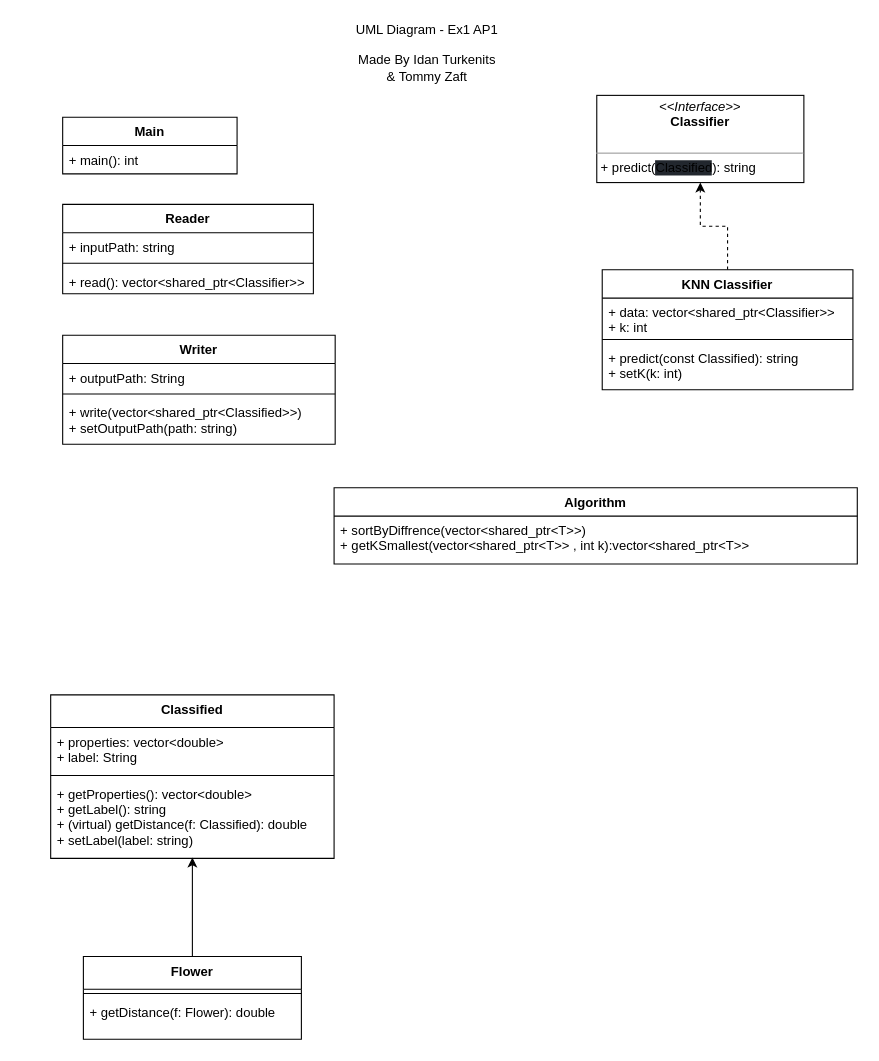
Before: uml.drawio in Tom-stack3/AP1-ex3, a draw.io diagram. Source tidied: cells renumbered, new cells numbered last; positions are measured from the earlier drawing's top-left corner, leaving out a move shared by most shapes. Both pictures are drawn from the tidied source at 109%, with x=0, y=0 at pixel (50, 19).
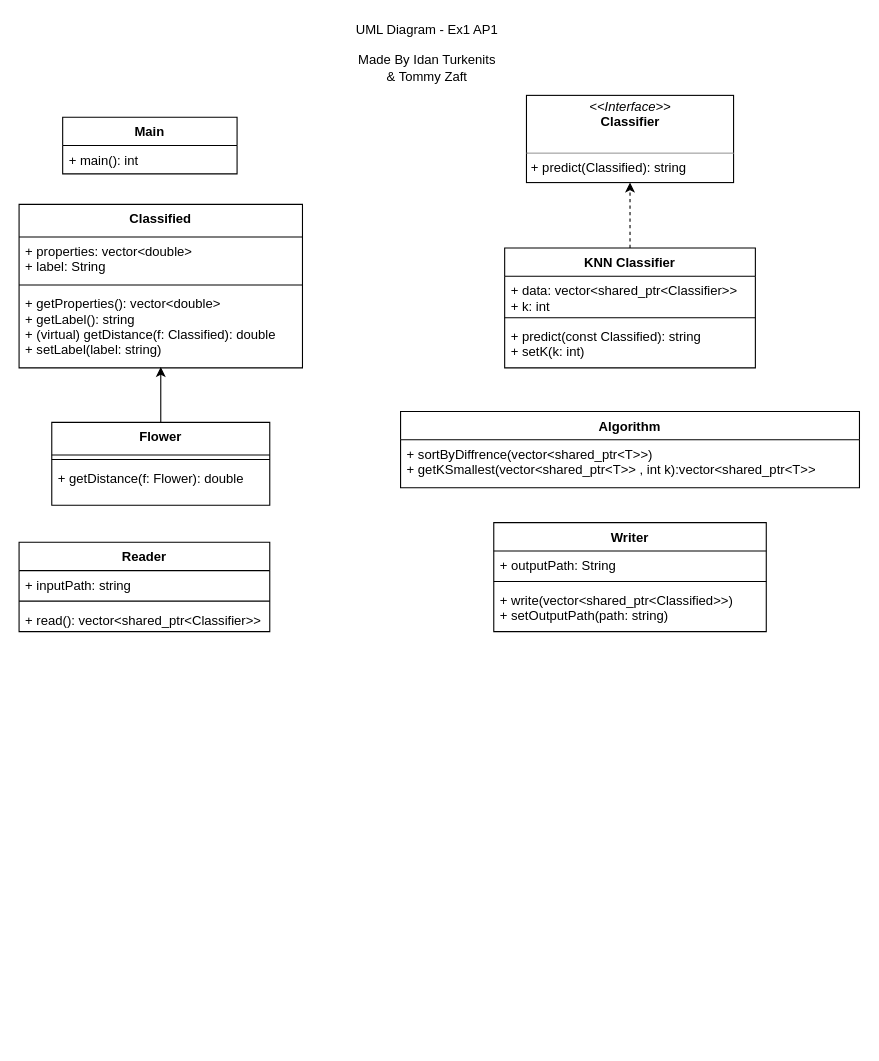
The same page after the edit.

Commit message:
changed design of UML

The edit, as a diff of the source:
```diff
@@
     <mxCell id="2" value="Reader" style="swimlane;fontStyle=1;align=center;verticalAlign=top;horizontal=1;startSize=26;" parent="1" vertex="1">
-      <mxGeometry x="11" y="170" width="230" height="82" as="geometry" />
+      <mxGeometry x="-29" y="480" width="230" height="82" as="geometry" />
     </mxCell>
@@
     <mxCell id="8" value="Flower" style="swimlane;fontStyle=1;align=center;verticalAlign=top;horizontal=1;startSize=30;" parent="1" vertex="1">
-      <mxGeometry x="30" y="860" width="200" height="76" as="geometry" />
+      <mxGeometry x="1" y="370" width="200" height="76" as="geometry" />
     </mxCell>
@@
     <mxCell id="11" value="Writer" style="swimlane;fontStyle=1;align=center;verticalAlign=top;horizontal=1;startSize=26;" parent="1" vertex="1">
-      <mxGeometry x="11" y="290" width="250" height="100" as="geometry" />
+      <mxGeometry x="406.5" y="462" width="250" height="100" as="geometry" />
     </mxCell>
@@
-    <mxCell id="15" value="&lt;p style=&quot;margin: 0px ; margin-top: 4px ; text-align: center&quot;&gt;&lt;i&gt;&amp;lt;&amp;lt;Interface&amp;gt;&amp;gt;&lt;/i&gt;&lt;br&gt;&lt;b&gt;Classifier&lt;/b&gt;&lt;/p&gt;&lt;p style=&quot;margin: 0px ; margin-left: 4px&quot;&gt;&lt;br&gt;&lt;/p&gt;&lt;hr size=&quot;1&quot;&gt;&lt;p style=&quot;margin: 0px ; margin-left: 4px&quot;&gt;+ predict(&lt;span class=&quot;pl-k&quot; style=&quot;box-sizing: border-box ; font-family: , , &amp;#34;sf mono&amp;#34; , &amp;#34;menlo&amp;#34; , &amp;#34;consolas&amp;#34; , &amp;#34;liberation mono&amp;#34; , monospace ; background-color: rgb(34 , 39 , 46)&quot;&gt;Classified&lt;/span&gt;): string&lt;br&gt;&lt;br&gt;&lt;/p&gt;" style="verticalAlign=top;align=left;overflow=fill;fontSize=12;fontFamily=Helvetica;html=1;" parent="1" vertex="1">
-      <mxGeometry x="501" y="70" width="190" height="80" as="geometry" />
+    <mxCell id="15" value="&lt;p style=&quot;margin: 0px ; margin-top: 4px ; text-align: center&quot;&gt;&lt;i&gt;&amp;lt;&amp;lt;Interface&amp;gt;&amp;gt;&lt;/i&gt;&lt;br&gt;&lt;b&gt;Classifier&lt;/b&gt;&lt;/p&gt;&lt;p style=&quot;margin: 0px ; margin-left: 4px&quot;&gt;&lt;br&gt;&lt;/p&gt;&lt;hr size=&quot;1&quot;&gt;&lt;p style=&quot;margin: 0px ; margin-left: 4px&quot;&gt;+ predict(Classified): string&lt;br&gt;&lt;br&gt;&lt;/p&gt;" style="verticalAlign=top;align=left;overflow=fill;fontSize=12;fontFamily=Helvetica;html=1;" parent="1" vertex="1">
+      <mxGeometry x="436.5" y="70" width="190" height="80" as="geometry" />
     </mxCell>
@@
     <mxCell id="20" value="Algorithm" style="swimlane;fontStyle=1;align=center;verticalAlign=top;horizontal=1;startSize=26;" parent="1" vertex="1">
-      <mxGeometry x="260" y="430" width="480" height="70" as="geometry" />
+      <mxGeometry x="321" y="360" width="421" height="70" as="geometry" />
     </mxCell>
     <mxCell id="21" value="+ sortByDiffrence(vector&lt;shared_ptr&lt;T&gt;&gt;)&#10;+ getKSmallest(vector&lt;shared_ptr&lt;T&gt;&gt; , int k):vector&lt;shared_ptr&lt;T&gt;&gt;" style="text;strokeColor=none;fillColor=none;align=left;verticalAlign=top;spacingLeft=4;spacingRight=4;overflow=hidden;" parent="20" vertex="1">
-      <mxGeometry y="26" width="480" height="44" as="geometry" />
+      <mxGeometry y="26" width="421" height="44" as="geometry" />
     </mxCell>
     <mxCell id="22" value="KNN Classifier" style="swimlane;fontStyle=1;align=center;verticalAlign=top;horizontal=1;startSize=26;" parent="1" vertex="1">
-      <mxGeometry x="506" y="230" width="230" height="110" as="geometry" />
+      <mxGeometry x="416.5" y="210" width="230" height="110" as="geometry" />
     </mxCell>
@@
     <mxCell id="26" value="Classified" style="swimlane;fontStyle=1;align=center;verticalAlign=top;horizontal=1;startSize=30;" parent="1" vertex="1">
-      <mxGeometry y="620" width="260" height="150" as="geometry" />
+      <mxGeometry x="-29" y="170" width="260" height="150" as="geometry" />
     </mxCell>
```
